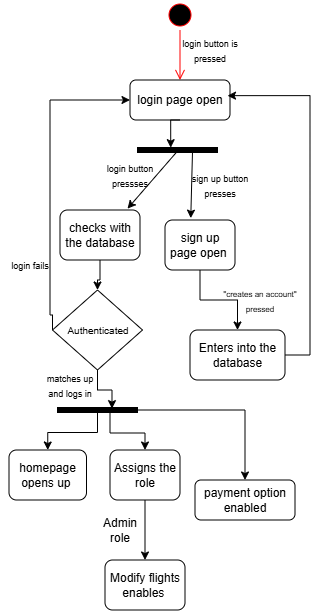
This is Activity diagram-login.drawio.png from aditi-j25/Flight_Flow_Reservation_System, a draw.io export, as it was before one commit. Source tidied: cells renumbered, new cells last; positions are measured from the earlier drawing's top-left corner, leaving out a move shared by most shapes.
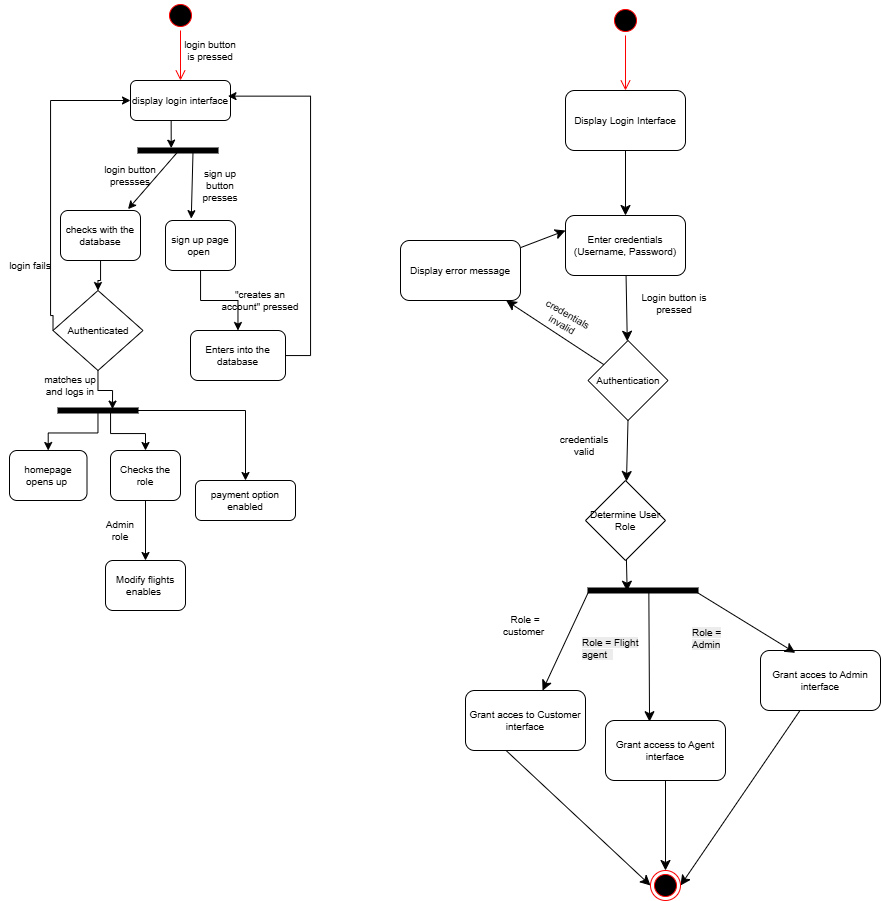
Above is the later version.

Diff of the diagram source:
```diff
@@ -2,45 +2,45 @@
   <root>
     <mxCell id="0" />
     <mxCell id="1" parent="0" />
-    <mxCell id="2" style="ellipse;html=1;shape=startState;fillColor=#000000;strokeColor=#ff0000;" parent="1" vertex="1">
+    <mxCell id="2" style="ellipse;html=1;shape=startState;fillColor=#000000;strokeColor=#ff0000;fontSize=10;" parent="1" vertex="1">
       <mxGeometry x="165" width="30" height="30" as="geometry" />
     </mxCell>
-    <mxCell id="3" style="edgeStyle=orthogonalEdgeStyle;html=1;verticalAlign=bottom;endArrow=open;endSize=8;strokeColor=#ff0000;rounded=0;entryX=0.5;entryY=0;entryDx=0;entryDy=0;" parent="1" edge="1" source="2" target="4">
+    <mxCell id="3" style="edgeStyle=orthogonalEdgeStyle;html=1;verticalAlign=bottom;endArrow=open;endSize=8;strokeColor=#ff0000;rounded=0;entryX=0.5;entryY=0;entryDx=0;entryDy=0;fontSize=10;" parent="1" edge="1" source="2" target="4">
       <mxGeometry relative="1" as="geometry" />
     </mxCell>
-    <mxCell id="4" value="login page open" style="rounded=1;whiteSpace=wrap;html=1;" parent="1" vertex="1">
+    <mxCell id="4" value="display login interface" style="rounded=1;whiteSpace=wrap;html=1;fontSize=10;" parent="1" vertex="1">
       <mxGeometry x="130" y="80" width="100" height="40" as="geometry" />
     </mxCell>
-    <mxCell id="5" value="&lt;font style=&quot;font-size: 9px;&quot;&gt;login button is pressed&lt;/font&gt;" style="text;html=1;whiteSpace=wrap;strokeColor=none;fillColor=none;align=center;verticalAlign=middle;rounded=0;" parent="1" vertex="1">
+    <mxCell id="5" value="&lt;font&gt;login button is pressed&lt;/font&gt;" style="text;html=1;whiteSpace=wrap;strokeColor=none;fillColor=none;align=center;verticalAlign=middle;rounded=0;fontSize=10;" parent="1" vertex="1">
       <mxGeometry x="180" y="40" width="60" height="20" as="geometry" />
     </mxCell>
-    <mxCell id="6" style="edgeStyle=orthogonalEdgeStyle;rounded=0;jettySize=auto;html=1;" parent="1" edge="1" source="7" target="25">
+    <mxCell id="6" style="edgeStyle=orthogonalEdgeStyle;rounded=0;jettySize=auto;html=1;fontSize=10;" parent="1" edge="1" source="7" target="25">
       <mxGeometry relative="1" as="geometry" />
     </mxCell>
-    <mxCell id="7" value="sign up page open&amp;nbsp;" style="rounded=1;whiteSpace=wrap;html=1;" parent="1" vertex="1">
+    <mxCell id="7" value="sign up page open&amp;nbsp;" style="rounded=1;whiteSpace=wrap;html=1;fontSize=10;" parent="1" vertex="1">
       <mxGeometry x="165" y="220" width="70" height="50" as="geometry" />
     </mxCell>
-    <mxCell id="8" style="edgeStyle=orthogonalEdgeStyle;rounded=0;jettySize=auto;html=1;exitX=0.5;exitY=1;exitDx=0;exitDy=0;entryX=0.455;entryY=0.766;entryDx=0;entryDy=0;entryPerimeter=0;" parent="1" edge="1" source="4">
+    <mxCell id="8" style="edgeStyle=orthogonalEdgeStyle;rounded=0;jettySize=auto;html=1;exitX=0.5;exitY=1;exitDx=0;exitDy=0;entryX=0.455;entryY=0.766;entryDx=0;entryDy=0;entryPerimeter=0;fontSize=10;" parent="1" edge="1" source="4">
       <mxGeometry relative="1" as="geometry">
         <mxPoint x="170.7" y="147.7" as="targetPoint" />
       </mxGeometry>
     </mxCell>
-    <mxCell id="9" style="endArrow=classic;html=1;rounded=0;exitX=0.525;exitY=0.312;exitDx=0;exitDy=0;exitPerimeter=0;entryX=0.368;entryY=-0.037;entryDx=0;entryDy=0;entryPerimeter=0;" parent="1" edge="1" source="16" target="7">
+    <mxCell id="9" style="endArrow=classic;html=1;rounded=0;exitX=0.525;exitY=0.312;exitDx=0;exitDy=0;exitPerimeter=0;entryX=0.368;entryY=-0.037;entryDx=0;entryDy=0;entryPerimeter=0;fontSize=10;" parent="1" edge="1" source="16" target="7">
       <mxGeometry relative="1" as="geometry" />
     </mxCell>
-    <mxCell id="10" value="&lt;font style=&quot;font-size: 9px;&quot;&gt;sign up button presses&lt;/font&gt;" style="text;html=1;whiteSpace=wrap;strokeColor=none;fillColor=none;align=center;verticalAlign=middle;rounded=0;rotation=0;" parent="1" vertex="1">
+    <mxCell id="10" value="&lt;font&gt;sign up button presses&lt;/font&gt;" style="text;html=1;whiteSpace=wrap;strokeColor=none;fillColor=none;align=center;verticalAlign=middle;rounded=0;rotation=0;fontSize=10;" parent="1" vertex="1">
       <mxGeometry x="190" y="170" width="60" height="30" as="geometry" />
     </mxCell>
-    <mxCell id="11" style="endArrow=classic;html=1;rounded=0;exitX=0.825;exitY=0.506;exitDx=0;exitDy=0;exitPerimeter=0;entryX=0.844;entryY=-0.027;entryDx=0;entryDy=0;entryPerimeter=0;" parent="1" edge="1" source="16" target="12">
+    <mxCell id="11" style="endArrow=classic;html=1;rounded=0;exitX=0.825;exitY=0.506;exitDx=0;exitDy=0;exitPerimeter=0;entryX=0.844;entryY=-0.027;entryDx=0;entryDy=0;entryPerimeter=0;fontSize=10;" parent="1" edge="1" source="16" target="12">
       <mxGeometry relative="1" as="geometry" />
     </mxCell>
-    <mxCell id="12" value="checks with the database" style="rounded=1;whiteSpace=wrap;html=1;fillColor=#FFFFFF;" parent="1" vertex="1">
+    <mxCell id="12" value="checks with the database" style="rounded=1;whiteSpace=wrap;html=1;fillColor=#FFFFFF;fontSize=10;" parent="1" vertex="1">
       <mxGeometry x="60" y="210" width="80" height="50" as="geometry" />
     </mxCell>
-    <mxCell id="13" value="&lt;font style=&quot;font-size: 9px;&quot;&gt;login button pressses&lt;/font&gt;" style="text;html=1;whiteSpace=wrap;strokeColor=none;fillColor=none;align=center;verticalAlign=middle;rounded=0;" parent="1" vertex="1">
+    <mxCell id="13" value="&lt;font&gt;login button pressses&lt;/font&gt;" style="text;html=1;whiteSpace=wrap;strokeColor=none;fillColor=none;align=center;verticalAlign=middle;rounded=0;fontSize=10;" parent="1" vertex="1">
       <mxGeometry x="100" y="160" width="60" height="30" as="geometry" />
     </mxCell>
-    <mxCell id="14" style="edgeStyle=orthogonalEdgeStyle;rounded=0;jettySize=auto;html=1;entryX=0;entryY=0.5;entryDx=0;entryDy=0;exitX=0;exitY=0.5;exitDx=0;exitDy=0;" parent="1" edge="1" source="29" target="4">
+    <mxCell id="14" style="edgeStyle=orthogonalEdgeStyle;rounded=0;jettySize=auto;html=1;entryX=0;entryY=0.5;entryDx=0;entryDy=0;exitX=0;exitY=0.5;exitDx=0;exitDy=0;fontSize=10;" parent="1" edge="1" source="29" target="4">
       <mxGeometry relative="1" as="geometry">
         <Array as="points">
           <mxPoint x="50" y="315" />
@@ -48,22 +48,22 @@
         </Array>
       </mxGeometry>
     </mxCell>
-    <mxCell id="15" value="homepage opens up&amp;nbsp;" style="rounded=1;whiteSpace=wrap;html=1;fillColor=#FFFFFF;" parent="1" vertex="1">
+    <mxCell id="15" value="homepage opens up&amp;nbsp;" style="rounded=1;whiteSpace=wrap;html=1;fillColor=#FFFFFF;fontSize=10;" parent="1" vertex="1">
       <mxGeometry x="9" y="450" width="77.5" height="50" as="geometry" />
     </mxCell>
-    <mxCell id="16" style="html=1;points=[];perimeter=orthogonalPerimeter;fillColor=strokeColor;rotation=90;" parent="1" vertex="1">
+    <mxCell id="16" style="html=1;points=[];perimeter=orthogonalPerimeter;fillColor=strokeColor;rotation=90;fontSize=10;" parent="1" vertex="1">
       <mxGeometry x="175" y="110" width="5" height="80" as="geometry" />
     </mxCell>
-    <mxCell id="17" value="&lt;font style=&quot;font-size: 9px;&quot;&gt;matches up and logs in&lt;/font&gt;" style="text;html=1;whiteSpace=wrap;strokeColor=none;fillColor=none;align=center;verticalAlign=middle;rounded=0;" parent="1" vertex="1">
+    <mxCell id="17" value="&lt;font&gt;matches up and logs in&lt;/font&gt;" style="text;html=1;whiteSpace=wrap;strokeColor=none;fillColor=none;align=center;verticalAlign=middle;rounded=0;fontSize=10;" parent="1" vertex="1">
       <mxGeometry x="40" y="370" width="60" height="30" as="geometry" />
     </mxCell>
-    <mxCell id="18" style="edgeStyle=orthogonalEdgeStyle;rounded=0;jettySize=auto;html=1;" parent="1" edge="1" source="21" target="15">
+    <mxCell id="18" style="edgeStyle=orthogonalEdgeStyle;rounded=0;jettySize=auto;html=1;fontSize=10;" parent="1" edge="1" source="21" target="15">
       <mxGeometry relative="1" as="geometry" />
     </mxCell>
-    <mxCell id="19" style="edgeStyle=orthogonalEdgeStyle;rounded=0;jettySize=auto;html=1;" parent="1" edge="1" source="21" target="22">
+    <mxCell id="19" style="edgeStyle=orthogonalEdgeStyle;rounded=0;jettySize=auto;html=1;fontSize=10;" parent="1" edge="1" source="21" target="22">
       <mxGeometry relative="1" as="geometry" />
     </mxCell>
-    <mxCell id="20" style="edgeStyle=orthogonalEdgeStyle;rounded=0;jettySize=auto;html=1;entryX=0.5;entryY=0;entryDx=0;entryDy=0;" parent="1" edge="1" source="21" target="30">
+    <mxCell id="20" style="edgeStyle=orthogonalEdgeStyle;rounded=0;jettySize=auto;html=1;entryX=0.5;entryY=0;entryDx=0;entryDy=0;fontSize=10;" parent="1" edge="1" source="21" target="30">
       <mxGeometry relative="1" as="geometry">
         <Array as="points">
           <mxPoint x="110" y="433" />
@@ -71,16 +71,16 @@
         </Array>
       </mxGeometry>
     </mxCell>
-    <mxCell id="21" style="html=1;points=[];perimeter=orthogonalPerimeter;fillColor=strokeColor;rotation=90;" parent="1" vertex="1">
+    <mxCell id="21" style="html=1;points=[];perimeter=orthogonalPerimeter;fillColor=strokeColor;rotation=90;fontSize=10;" parent="1" vertex="1">
       <mxGeometry x="95" y="370" width="5" height="80" as="geometry" />
     </mxCell>
-    <mxCell id="22" value="payment option enabled" style="rounded=1;whiteSpace=wrap;html=1;" parent="1" vertex="1">
+    <mxCell id="22" value="payment option enabled" style="rounded=1;whiteSpace=wrap;html=1;fontSize=10;" parent="1" vertex="1">
       <mxGeometry x="195" y="480" width="100" height="40" as="geometry" />
     </mxCell>
-    <mxCell id="23" value="&lt;font style=&quot;font-size: 9px;&quot;&gt;login fails&lt;/font&gt;" style="text;html=1;whiteSpace=wrap;strokeColor=none;fillColor=none;align=center;verticalAlign=middle;rounded=0;" parent="1" vertex="1">
+    <mxCell id="23" value="&lt;font&gt;login fails&lt;/font&gt;" style="text;html=1;whiteSpace=wrap;strokeColor=none;fillColor=none;align=center;verticalAlign=middle;rounded=0;fontSize=10;" parent="1" vertex="1">
       <mxGeometry y="250" width="60" height="30" as="geometry" />
     </mxCell>
-    <mxCell id="24" style="edgeStyle=orthogonalEdgeStyle;rounded=0;jettySize=auto;html=1;entryX=0.975;entryY=0.391;entryDx=0;entryDy=0;entryPerimeter=0;" parent="1" edge="1" source="25" target="4">
+    <mxCell id="24" style="edgeStyle=orthogonalEdgeStyle;rounded=0;jettySize=auto;html=1;entryX=0.975;entryY=0.391;entryDx=0;entryDy=0;entryPerimeter=0;fontSize=10;" parent="1" edge="1" source="25" target="4">
       <mxGeometry relative="1" as="geometry">
         <Array as="points">
           <mxPoint x="310" y="355" />
@@ -88,36 +88,126 @@
         </Array>
       </mxGeometry>
     </mxCell>
-    <mxCell id="25" value="Enters into the database" style="whiteSpace=wrap;html=1;rounded=1;" parent="1" vertex="1">
+    <mxCell id="25" value="Enters into the database" style="whiteSpace=wrap;html=1;rounded=1;fontSize=10;" parent="1" vertex="1">
       <mxGeometry x="190" y="330" width="95" height="50" as="geometry" />
     </mxCell>
-    <mxCell id="26" value="&lt;font style=&quot;font-size: 8px;&quot;&gt;&quot;creates an account&quot; pressed&lt;/font&gt;" style="text;html=1;whiteSpace=wrap;strokeColor=none;fillColor=none;align=center;verticalAlign=middle;rounded=0;" parent="1" vertex="1">
+    <mxCell id="26" value="&lt;font&gt;&quot;creates an account&quot; pressed&lt;/font&gt;" style="text;html=1;whiteSpace=wrap;strokeColor=none;fillColor=none;align=center;verticalAlign=middle;rounded=0;fontSize=10;" parent="1" vertex="1">
       <mxGeometry x="220" y="290" width="80" height="20" as="geometry" />
     </mxCell>
-    <mxCell id="27" style="edgeStyle=orthogonalEdgeStyle;rounded=0;jettySize=auto;html=1;" parent="1" edge="1" source="12" target="29">
+    <mxCell id="27" style="edgeStyle=orthogonalEdgeStyle;rounded=0;jettySize=auto;html=1;fontSize=10;" parent="1" edge="1" source="12" target="29">
       <mxGeometry relative="1" as="geometry" />
     </mxCell>
-    <mxCell id="28" style="edgeStyle=orthogonalEdgeStyle;rounded=0;jettySize=auto;html=1;entryX=0.225;entryY=0.319;entryDx=0;entryDy=0;entryPerimeter=0;" parent="1" edge="1" source="29" target="21">
+    <mxCell id="28" style="edgeStyle=orthogonalEdgeStyle;rounded=0;jettySize=auto;html=1;entryX=0.225;entryY=0.319;entryDx=0;entryDy=0;entryPerimeter=0;fontSize=10;" parent="1" edge="1" source="29" target="21">
       <mxGeometry relative="1" as="geometry" />
     </mxCell>
-    <mxCell id="29" value="&lt;font size=&quot;1&quot;&gt;Authenticated&lt;/font&gt;" style="rhombus;whiteSpace=wrap;html=1;" parent="1" vertex="1">
+    <mxCell id="29" value="&lt;font&gt;Authenticated&lt;/font&gt;" style="rhombus;whiteSpace=wrap;html=1;fontSize=10;" parent="1" vertex="1">
       <mxGeometry x="52.5" y="290" width="90" height="80" as="geometry" />
     </mxCell>
-    <mxCell id="30" value="Assigns the role" style="rounded=1;whiteSpace=wrap;html=1;" parent="1" vertex="1">
+    <mxCell id="30" value="Checks the role" style="rounded=1;whiteSpace=wrap;html=1;fontSize=10;" parent="1" vertex="1">
       <mxGeometry x="110" y="450" width="70" height="50" as="geometry" />
     </mxCell>
-    <mxCell id="31" style="edgeStyle=orthogonalEdgeStyle;rounded=0;jettySize=auto;html=1;" parent="1" edge="1" source="30" target="32">
+    <mxCell id="31" style="edgeStyle=orthogonalEdgeStyle;rounded=0;jettySize=auto;html=1;fontSize=10;" parent="1" edge="1" source="30" target="32">
       <mxGeometry relative="1" as="geometry">
         <Array as="points">
           <mxPoint x="120" y="560" />
         </Array>
       </mxGeometry>
     </mxCell>
-    <mxCell id="32" value="Modify flights enables&amp;nbsp;" style="rounded=1;whiteSpace=wrap;html=1;" parent="1" vertex="1">
+    <mxCell id="32" value="Modify flights enables&amp;nbsp;" style="rounded=1;whiteSpace=wrap;html=1;fontSize=10;" parent="1" vertex="1">
       <mxGeometry x="105" y="560" width="80" height="50" as="geometry" />
     </mxCell>
-    <mxCell id="33" value="Admin role" style="text;html=1;whiteSpace=wrap;strokeColor=none;fillColor=none;align=center;verticalAlign=middle;rounded=0;" parent="1" vertex="1">
+    <mxCell id="33" value="Admin role" style="text;html=1;whiteSpace=wrap;strokeColor=none;fillColor=none;align=center;verticalAlign=middle;rounded=0;fontSize=10;" parent="1" vertex="1">
       <mxGeometry x="110" y="515" width="20" height="30" as="geometry" />
     </mxCell>
+    <mxCell id="34" style="ellipse;html=1;shape=startState;fillColor=#000000;strokeColor=#ff0000;fontSize=10;" parent="1" vertex="1">
+      <mxGeometry x="610" y="5" width="30" height="30" as="geometry" />
+    </mxCell>
+    <mxCell id="35" style="edgeStyle=orthogonalEdgeStyle;html=1;verticalAlign=bottom;endArrow=open;endSize=8;strokeColor=#ff0000;rounded=0;fontSize=10;curved=1;" parent="1" edge="1" source="34" target="37">
+      <mxGeometry relative="1" as="geometry" />
+    </mxCell>
+    <mxCell id="36" style="edgeStyle=none;curved=1;rounded=0;jettySize=auto;html=1;fontSize=10;startSize=8;endSize=8;" parent="1" edge="1" source="37" target="39">
+      <mxGeometry relative="1" as="geometry" />
+    </mxCell>
+    <mxCell id="37" value="Display Login Interface" style="rounded=1;whiteSpace=wrap;html=1;fontSize=10;" parent="1" vertex="1">
+      <mxGeometry x="565" y="90" width="120" height="60" as="geometry" />
+    </mxCell>
+    <mxCell id="38" style="edgeStyle=none;curved=1;rounded=0;jettySize=auto;html=1;fontSize=10;startSize=8;endSize=8;" parent="1" edge="1" source="39" target="42">
+      <mxGeometry relative="1" as="geometry" />
+    </mxCell>
+    <mxCell id="39" value="Enter credentials (Username, Password)" style="whiteSpace=wrap;html=1;rounded=1;fontSize=10;" parent="1" vertex="1">
+      <mxGeometry x="565" y="215" width="120" height="60" as="geometry" />
+    </mxCell>
+    <mxCell id="40" style="edgeStyle=none;curved=1;rounded=0;jettySize=auto;html=1;fontSize=10;startSize=8;endSize=8;exitX=0.5;exitY=1;exitDx=0;exitDy=0;" parent="1" edge="1" source="42" target="48">
+      <mxGeometry relative="1" as="geometry" />
+    </mxCell>
+    <mxCell id="41" style="edgeStyle=none;curved=1;rounded=0;jettySize=auto;html=1;fontSize=10;startSize=8;endSize=8;" parent="1" edge="1" source="42" target="46">
+      <mxGeometry relative="1" as="geometry" />
+    </mxCell>
+    <mxCell id="42" value="Authentication" style="rhombus;whiteSpace=wrap;html=1;fontSize=10;" parent="1" vertex="1">
+      <mxGeometry x="587.5" y="340" width="80" height="80" as="geometry" />
+    </mxCell>
+    <mxCell id="43" value="credentials valid" style="text;html=1;whiteSpace=wrap;strokeColor=none;fillColor=none;align=center;verticalAlign=middle;rounded=0;fontSize=10;" parent="1" vertex="1">
+      <mxGeometry x="554" y="430" width="60" height="30" as="geometry" />
+    </mxCell>
+    <mxCell id="44" value="Login button is pressed" style="text;html=1;whiteSpace=wrap;strokeColor=none;fillColor=none;align=center;verticalAlign=middle;rounded=0;fontSize=10;" parent="1" vertex="1">
+      <mxGeometry x="624" y="288" width="100" height="30" as="geometry" />
+    </mxCell>
+    <mxCell id="45" style="edgeStyle=none;curved=1;rounded=0;jettySize=auto;html=1;entryX=0;entryY=0.25;entryDx=0;entryDy=0;fontSize=10;startSize=8;endSize=8;" parent="1" edge="1" source="46" target="39">
+      <mxGeometry relative="1" as="geometry" />
+    </mxCell>
+    <mxCell id="46" value="Display error message" style="rounded=1;whiteSpace=wrap;html=1;fontSize=10;" parent="1" vertex="1">
+      <mxGeometry x="400" y="240" width="120" height="60" as="geometry" />
+    </mxCell>
+    <mxCell id="47" style="edgeStyle=none;curved=1;rounded=0;jettySize=auto;html=1;fontSize=10;startSize=8;endSize=8;entryX=0.641;entryY=0.644;entryDx=0;entryDy=0;entryPerimeter=0;" parent="1" edge="1" source="48" target="55">
+      <mxGeometry relative="1" as="geometry" />
+    </mxCell>
+    <mxCell id="48" value="Determine User Role" style="rhombus;whiteSpace=wrap;html=1;fontSize=10;" parent="1" vertex="1">
+      <mxGeometry x="585" y="480" width="80" height="80" as="geometry" />
+    </mxCell>
+    <mxCell id="49" style="edgeStyle=none;curved=1;rounded=0;jettySize=auto;html=1;entryX=0;entryY=0.5;entryDx=0;entryDy=0;fontSize=10;startSize=8;endSize=8;exitX=0.336;exitY=0.996;exitDx=0;exitDy=0;exitPerimeter=0;" parent="1" edge="1" source="50" target="63">
+      <mxGeometry relative="1" as="geometry" />
+    </mxCell>
+    <mxCell id="50" value="Grant acces to Customer interface" style="rounded=1;whiteSpace=wrap;html=1;fontSize=10;" parent="1" vertex="1">
+      <mxGeometry x="465" y="690" width="120" height="60" as="geometry" />
+    </mxCell>
+    <mxCell id="51" style="edgeStyle=none;curved=1;rounded=0;jettySize=auto;html=1;entryX=0.5;entryY=0;entryDx=0;entryDy=0;fontSize=10;startSize=8;endSize=8;exitX=0.5;exitY=1;exitDx=0;exitDy=0;" parent="1" edge="1" source="52" target="63">
+      <mxGeometry relative="1" as="geometry" />
+    </mxCell>
+    <mxCell id="52" value="Grant access to Agent interface" style="rounded=1;whiteSpace=wrap;html=1;fontSize=10;" parent="1" vertex="1">
+      <mxGeometry x="605" y="720" width="120" height="60" as="geometry" />
+    </mxCell>
+    <mxCell id="53" style="edgeStyle=none;curved=1;rounded=0;jettySize=auto;html=1;entryX=1;entryY=0.5;entryDx=0;entryDy=0;fontSize=10;startSize=8;endSize=8;" parent="1" edge="1" source="54" target="63">
+      <mxGeometry relative="1" as="geometry" />
+    </mxCell>
+    <mxCell id="54" value="Grant acces to Admin interface" style="rounded=1;whiteSpace=wrap;html=1;fontSize=10;" parent="1" vertex="1">
+      <mxGeometry x="760" y="650" width="120" height="60" as="geometry" />
+    </mxCell>
+    <mxCell id="55" style="html=1;points=[];perimeter=orthogonalPerimeter;fillColor=strokeColor;rotation=90;fontSize=10;" parent="1" vertex="1">
+      <mxGeometry x="640" y="535" width="5" height="110" as="geometry" />
+    </mxCell>
+    <mxCell id="56" value="credentials invalid" style="text;html=1;whiteSpace=wrap;strokeColor=none;fillColor=none;align=center;verticalAlign=middle;rounded=0;fontSize=10;rotation=30;" parent="1" vertex="1">
+      <mxGeometry x="535" y="304" width="60" height="30" as="geometry" />
+    </mxCell>
+    <mxCell id="57" style="edgeStyle=none;curved=1;rounded=0;jettySize=auto;html=1;entryX=0.642;entryY=0.001;entryDx=0;entryDy=0;entryPerimeter=0;fontSize=10;startSize=8;endSize=8;" parent="1" edge="1" source="55" target="50">
+      <mxGeometry relative="1" as="geometry" />
+    </mxCell>
+    <mxCell id="58" style="edgeStyle=none;curved=1;rounded=0;jettySize=auto;html=1;entryX=0.367;entryY=0.02;entryDx=0;entryDy=0;entryPerimeter=0;fontSize=10;startSize=8;endSize=8;exitX=0.265;exitY=0.447;exitDx=0;exitDy=0;exitPerimeter=0;" parent="1" edge="1" source="55" target="52">
+      <mxGeometry relative="1" as="geometry" />
+    </mxCell>
+    <mxCell id="59" style="edgeStyle=none;curved=1;rounded=0;jettySize=auto;html=1;entryX=0.29;entryY=0.039;entryDx=0;entryDy=0;entryPerimeter=0;fontSize=10;startSize=8;endSize=8;" parent="1" edge="1" source="55" target="54">
+      <mxGeometry relative="1" as="geometry" />
+    </mxCell>
+    <mxCell id="60" value="Role = customer&amp;nbsp;" style="text;html=1;whiteSpace=wrap;strokeColor=none;fillColor=none;align=center;verticalAlign=middle;rounded=0;fontSize=10;" parent="1" vertex="1">
+      <mxGeometry x="495" y="610" width="60" height="30" as="geometry" />
+    </mxCell>
+    <mxCell id="61" value="&lt;span style=&quot;color: rgb(0, 0, 0); font-family: Helvetica; font-style: normal; font-variant-ligatures: normal; font-variant-caps: normal; font-weight: 400; letter-spacing: normal; orphans: 2; text-align: center; text-indent: 0px; text-transform: none; widows: 2; word-spacing: 0px; -webkit-text-stroke-width: 0px; white-space: normal; background-color: rgb(236, 236, 236); text-decoration-thickness: initial; text-decoration-style: initial; text-decoration-color: initial; float: none; display: inline !important;&quot;&gt;Role = Flight agent&amp;nbsp;&amp;nbsp;&lt;/span&gt;" style="text;whiteSpace=wrap;html=1;fontSize=10;" parent="1" vertex="1">
+      <mxGeometry x="580" y="630" width="80" height="60" as="geometry" />
+    </mxCell>
+    <mxCell id="62" value="&lt;span style=&quot;color: rgb(0, 0, 0); font-family: Helvetica; font-style: normal; font-variant-ligatures: normal; font-variant-caps: normal; font-weight: 400; letter-spacing: normal; orphans: 2; text-align: center; text-indent: 0px; text-transform: none; widows: 2; word-spacing: 0px; -webkit-text-stroke-width: 0px; white-space: normal; background-color: rgb(236, 236, 236); text-decoration-thickness: initial; text-decoration-style: initial; text-decoration-color: initial; float: none; display: inline !important;&quot;&gt;Role = Admin&lt;/span&gt;" style="text;whiteSpace=wrap;html=1;fontSize=10;" parent="1" vertex="1">
+      <mxGeometry x="690" y="620" width="60" height="70" as="geometry" />
+    </mxCell>
+    <mxCell id="63" style="ellipse;html=1;shape=endState;fillColor=#000000;strokeColor=#ff0000;fontSize=10;" parent="1" vertex="1">
+      <mxGeometry x="650" y="870" width="30" height="30" as="geometry" />
+    </mxCell>
   </root>
 </mxGraphModel>
```
